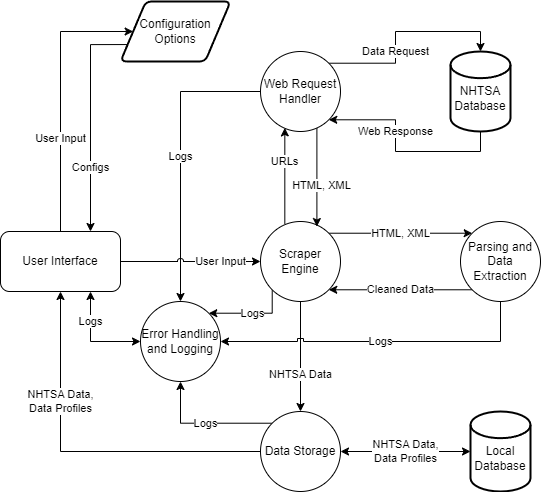
Earlier version of the draw.io export docs/SDP/data-flow.png (caden-maxwell/nhtsa-scrape). Source tidied: cells renumbered, new cells last; positions are measured from the earlier drawing's top-left corner, leaving out a move shared by most shapes. Its diagram source:
```xml
<mxGraphModel>
  <root>
    <mxCell id="0" />
    <mxCell id="1" parent="0" />
    <mxCell id="2" value="NHTSA Data" style="edgeStyle=orthogonalEdgeStyle;rounded=0;jettySize=auto;html=1;exitX=0.5;exitY=1;exitDx=0;exitDy=0;entryX=0.5;entryY=0;entryDx=0;entryDy=0;" parent="1" edge="1" source="6" target="10">
      <mxGeometry x="0.33" relative="1" as="geometry" />
    </mxCell>
    <mxCell id="3" value="HTML, XML" style="edgeStyle=orthogonalEdgeStyle;rounded=0;jettySize=auto;html=1;exitX=1;exitY=0;exitDx=0;exitDy=0;entryX=0;entryY=0;entryDx=0;entryDy=0;" parent="1" edge="1" source="6" target="13">
      <mxGeometry relative="1" as="geometry" />
    </mxCell>
    <mxCell id="4" value="Logs" style="edgeStyle=orthogonalEdgeStyle;rounded=0;jettySize=auto;html=1;exitX=0;exitY=1;exitDx=0;exitDy=0;entryX=1;entryY=0;entryDx=0;entryDy=0;" parent="1" edge="1" source="6" target="15">
      <mxGeometry relative="1" as="geometry">
        <Array as="points">
          <mxPoint x="272" y="312" />
        </Array>
      </mxGeometry>
    </mxCell>
    <mxCell id="5" value="URLs" style="edgeStyle=orthogonalEdgeStyle;shape=connector;rounded=0;jumpStyle=arc;jettySize=auto;html=1;exitX=0.304;exitY=0.027;exitDx=0;exitDy=0;entryX=0.304;entryY=0.955;entryDx=0;entryDy=0;entryPerimeter=0;labelBackgroundColor=default;strokeColor=default;fontFamily=Helvetica;fontSize=11;fontColor=default;endArrow=classic;exitPerimeter=0;" parent="1" edge="1" source="6" target="19">
      <mxGeometry x="0.3" relative="1" as="geometry" />
    </mxCell>
    <mxCell id="6" value="Scraper Engine" style="ellipse;whiteSpace=wrap;html=1;" parent="1" vertex="1">
      <mxGeometry x="260" y="220" width="80" height="80" as="geometry" />
    </mxCell>
    <mxCell id="7" value="NHTSA Data,&lt;br&gt;Data Profiles" style="edgeStyle=orthogonalEdgeStyle;rounded=0;jettySize=auto;html=1;exitX=0;exitY=0.5;exitDx=0;exitDy=0;entryX=0.5;entryY=1;entryDx=0;entryDy=0;" parent="1" edge="1" source="10" target="22">
      <mxGeometry x="0.39" relative="1" as="geometry">
        <Array as="points">
          <mxPoint x="60" y="450" />
        </Array>
      </mxGeometry>
    </mxCell>
    <mxCell id="8" value="NHTSA Data,&lt;br&gt;Data Profiles" style="edgeStyle=orthogonalEdgeStyle;rounded=0;jettySize=auto;html=1;exitX=1;exitY=0.5;exitDx=0;exitDy=0;entryX=0;entryY=0.5;entryDx=0;entryDy=0;entryPerimeter=0;startArrow=classic;startFill=1;" parent="1" edge="1" source="10" target="25">
      <mxGeometry relative="1" as="geometry" />
    </mxCell>
    <mxCell id="9" value="Logs" style="edgeStyle=orthogonalEdgeStyle;rounded=0;jettySize=auto;html=1;exitX=0;exitY=0;exitDx=0;exitDy=0;entryX=0.5;entryY=1;entryDx=0;entryDy=0;" parent="1" edge="1" source="10" target="15">
      <mxGeometry relative="1" as="geometry" />
    </mxCell>
    <mxCell id="10" value="Data Storage" style="ellipse;whiteSpace=wrap;html=1;" parent="1" vertex="1">
      <mxGeometry x="260" y="410" width="80" height="80" as="geometry" />
    </mxCell>
    <mxCell id="11" value="Cleaned Data" style="edgeStyle=orthogonalEdgeStyle;rounded=0;jettySize=auto;html=1;exitX=0;exitY=1;exitDx=0;exitDy=0;entryX=1;entryY=1;entryDx=0;entryDy=0;" parent="1" edge="1" source="13" target="6">
      <mxGeometry relative="1" as="geometry" />
    </mxCell>
    <mxCell id="12" value="Logs" style="edgeStyle=orthogonalEdgeStyle;rounded=0;jettySize=auto;html=1;exitX=0.5;exitY=1;exitDx=0;exitDy=0;entryX=1;entryY=0.5;entryDx=0;entryDy=0;jumpStyle=sharp;jumpSize=6;" parent="1" edge="1" source="13" target="15">
      <mxGeometry relative="1" as="geometry" />
    </mxCell>
    <mxCell id="13" value="Parsing and&lt;br&gt;Data Extraction" style="ellipse;whiteSpace=wrap;html=1;" parent="1" vertex="1">
      <mxGeometry x="460" y="220" width="80" height="80" as="geometry" />
    </mxCell>
    <mxCell id="14" value="Logs" style="edgeStyle=orthogonalEdgeStyle;rounded=0;jettySize=auto;html=1;exitX=0;exitY=0.5;exitDx=0;exitDy=0;entryX=0.75;entryY=1;entryDx=0;entryDy=0;startArrow=classic;startFill=1;" parent="1" edge="1" source="15" target="22">
      <mxGeometry x="0.4" relative="1" as="geometry" />
    </mxCell>
    <mxCell id="15" value="Error Handling and Logging" style="ellipse;whiteSpace=wrap;html=1;" parent="1" vertex="1">
      <mxGeometry x="140" y="300" width="80" height="80" as="geometry" />
    </mxCell>
    <mxCell id="16" value="Data Request" style="edgeStyle=orthogonalEdgeStyle;rounded=0;jettySize=auto;html=1;exitX=1;exitY=0;exitDx=0;exitDy=0;entryX=0.5;entryY=0;entryDx=0;entryDy=0;entryPerimeter=0;" parent="1" edge="1" source="19" target="24">
      <mxGeometry x="-0.23" relative="1" as="geometry" />
    </mxCell>
    <mxCell id="17" value="Logs" style="edgeStyle=orthogonalEdgeStyle;shape=connector;rounded=0;jumpStyle=arc;jettySize=auto;html=1;exitX=0;exitY=0.5;exitDx=0;exitDy=0;entryX=0.5;entryY=0;entryDx=0;entryDy=0;labelBackgroundColor=default;strokeColor=default;fontFamily=Helvetica;fontSize=11;fontColor=default;endArrow=classic;" parent="1" edge="1" source="19" target="15">
      <mxGeometry relative="1" as="geometry" />
    </mxCell>
    <mxCell id="18" value="HTML, XML" style="edgeStyle=orthogonalEdgeStyle;shape=connector;rounded=0;jumpStyle=arc;jettySize=auto;html=1;exitX=0.705;exitY=0.955;exitDx=0;exitDy=0;entryX=0.705;entryY=0.063;entryDx=0;entryDy=0;entryPerimeter=0;labelBackgroundColor=default;strokeColor=default;fontFamily=Helvetica;fontSize=11;fontColor=default;endArrow=classic;exitPerimeter=0;" parent="1" edge="1" source="19" target="6">
      <mxGeometry x="0.17" y="5" relative="1" as="geometry">
        <Array as="points">
          <mxPoint x="316" y="170" />
          <mxPoint x="316" y="170" />
        </Array>
      </mxGeometry>
    </mxCell>
    <mxCell id="19" value="Web Request&lt;br&gt;Handler" style="ellipse;whiteSpace=wrap;html=1;" parent="1" vertex="1">
      <mxGeometry x="260" y="50" width="80" height="80" as="geometry" />
    </mxCell>
    <mxCell id="20" value="User Input" style="edgeStyle=orthogonalEdgeStyle;rounded=0;jettySize=auto;html=1;exitX=0.5;exitY=0;exitDx=0;exitDy=0;entryX=0;entryY=0.5;entryDx=0;entryDy=0;" parent="1" edge="1" source="22" target="27">
      <mxGeometry x="-0.32" relative="1" as="geometry">
        <Array as="points">
          <mxPoint x="60" y="30" />
        </Array>
      </mxGeometry>
    </mxCell>
    <mxCell id="21" value="User Input" style="edgeStyle=orthogonalEdgeStyle;shape=connector;rounded=0;jumpStyle=arc;jettySize=auto;html=1;exitX=1;exitY=0.5;exitDx=0;exitDy=0;entryX=0;entryY=0.5;entryDx=0;entryDy=0;labelBackgroundColor=default;strokeColor=default;fontFamily=Helvetica;fontSize=11;fontColor=default;endArrow=classic;" parent="1" edge="1" source="22" target="6">
      <mxGeometry x="0.43" relative="1" as="geometry" />
    </mxCell>
    <mxCell id="22" value="User Interface" style="rounded=1;whiteSpace=wrap;html=1;" parent="1" vertex="1">
      <mxGeometry y="230" width="120" height="60" as="geometry" />
    </mxCell>
    <mxCell id="23" value="Web Response" style="edgeStyle=orthogonalEdgeStyle;rounded=0;jettySize=auto;html=1;exitX=0.5;exitY=1;exitDx=0;exitDy=0;exitPerimeter=0;entryX=1;entryY=1;entryDx=0;entryDy=0;" parent="1" edge="1" source="24" target="19">
      <mxGeometry x="0.23" relative="1" as="geometry" />
    </mxCell>
    <mxCell id="24" value="&lt;br&gt;NHTSA&lt;br&gt;Database" style="strokeWidth=2;html=1;shape=mxgraph.flowchart.database;whiteSpace=wrap;" parent="1" vertex="1">
      <mxGeometry x="450" y="50" width="60" height="80" as="geometry" />
    </mxCell>
    <mxCell id="25" value="&lt;br&gt;Local Database" style="strokeWidth=2;html=1;shape=mxgraph.flowchart.database;whiteSpace=wrap;" parent="1" vertex="1">
      <mxGeometry x="470" y="410" width="60" height="80" as="geometry" />
    </mxCell>
    <mxCell id="26" value="Configs" style="edgeStyle=orthogonalEdgeStyle;rounded=0;jettySize=auto;html=1;entryX=0.75;entryY=0;entryDx=0;entryDy=0;exitX=0;exitY=0.75;exitDx=0;exitDy=0;jumpStyle=none;" parent="1" edge="1" source="27" target="22">
      <mxGeometry x="0.43" relative="1" as="geometry">
        <Array as="points">
          <mxPoint x="90" y="43" />
        </Array>
      </mxGeometry>
    </mxCell>
    <mxCell id="27" value="Configuration&lt;br&gt;Options" style="shape=parallelogram;html=1;strokeWidth=2;perimeter=parallelogramPerimeter;whiteSpace=wrap;rounded=1;arcSize=12;size=0.23;" parent="1" vertex="1">
      <mxGeometry x="120" width="110" height="60" as="geometry" />
    </mxCell>
  </root>
</mxGraphModel>
```
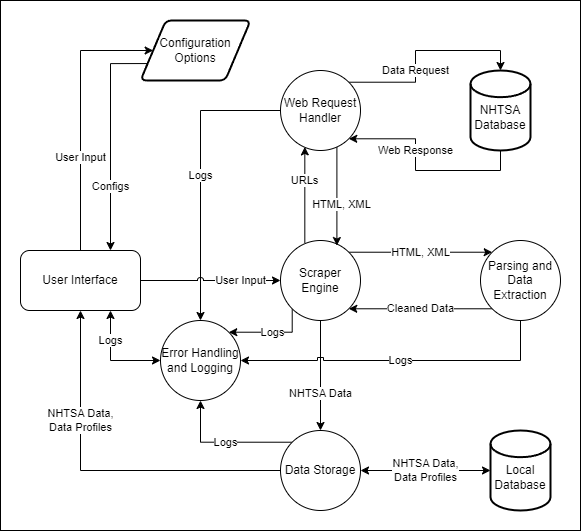
Later version of the same file.

Commit message:
Fixed data flow diagram background

The edit, as a diff of the source:
```diff
@@ -1,7 +1,10 @@
-<mxGraphModel>
+<mxGraphModel background="#bababa">
   <root>
     <mxCell id="0" />
     <mxCell id="1" parent="0" />
+    <mxCell id="28" style="rounded=0;whiteSpace=wrap;html=1;fillStyle=solid;fillColor=#FFFFFF;" parent="1" vertex="1">
+      <mxGeometry x="-20" y="-20" width="580" height="530" as="geometry" />
+    </mxCell>
     <mxCell id="2" value="NHTSA Data" style="edgeStyle=orthogonalEdgeStyle;rounded=0;jettySize=auto;html=1;exitX=0.5;exitY=1;exitDx=0;exitDy=0;entryX=0.5;entryY=0;entryDx=0;entryDy=0;" parent="1" edge="1" source="6" target="10">
       <mxGeometry x="0.33" relative="1" as="geometry" />
     </mxCell>
```
